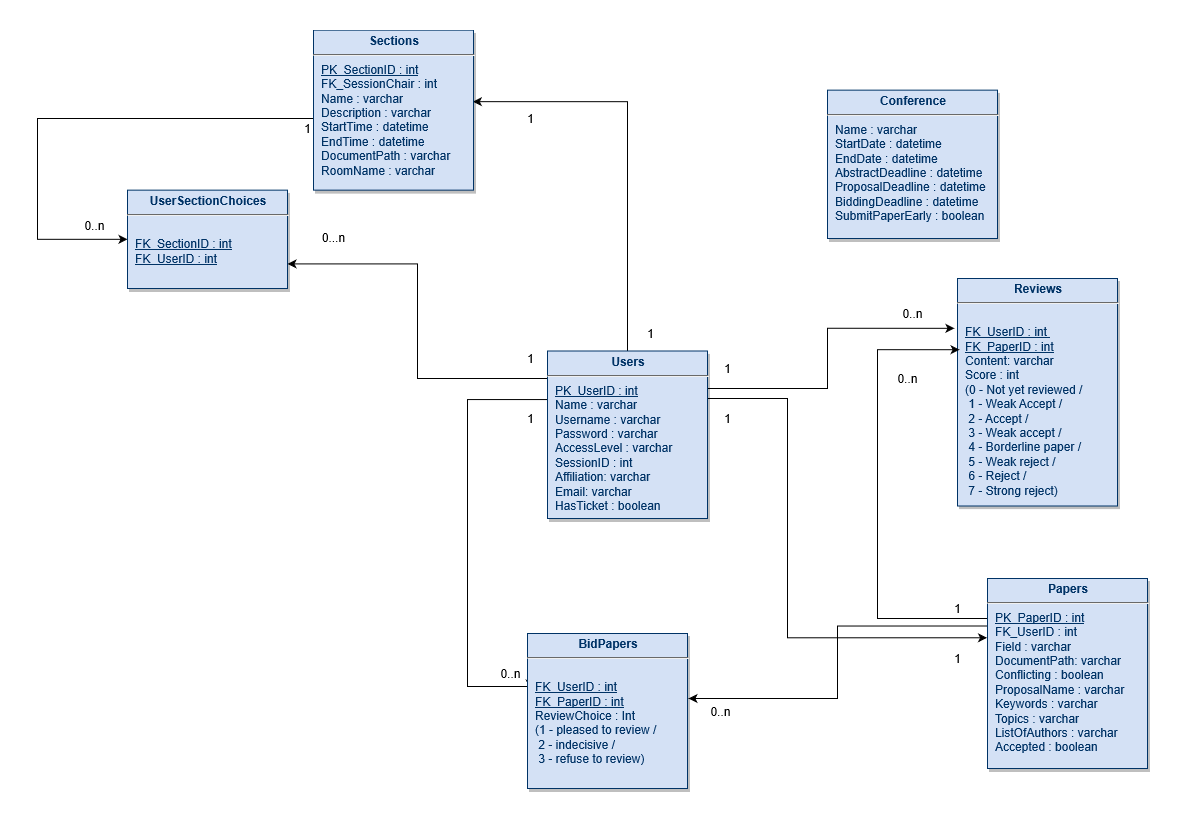
Earlier version of the draw.io export documents/images/Database Diagram.png (horatiu-udrea/RuntimeTerror). Source tidied: cells renumbered, new cells last; positions are measured from the earlier drawing's top-left corner, leaving out a move shared by most shapes.
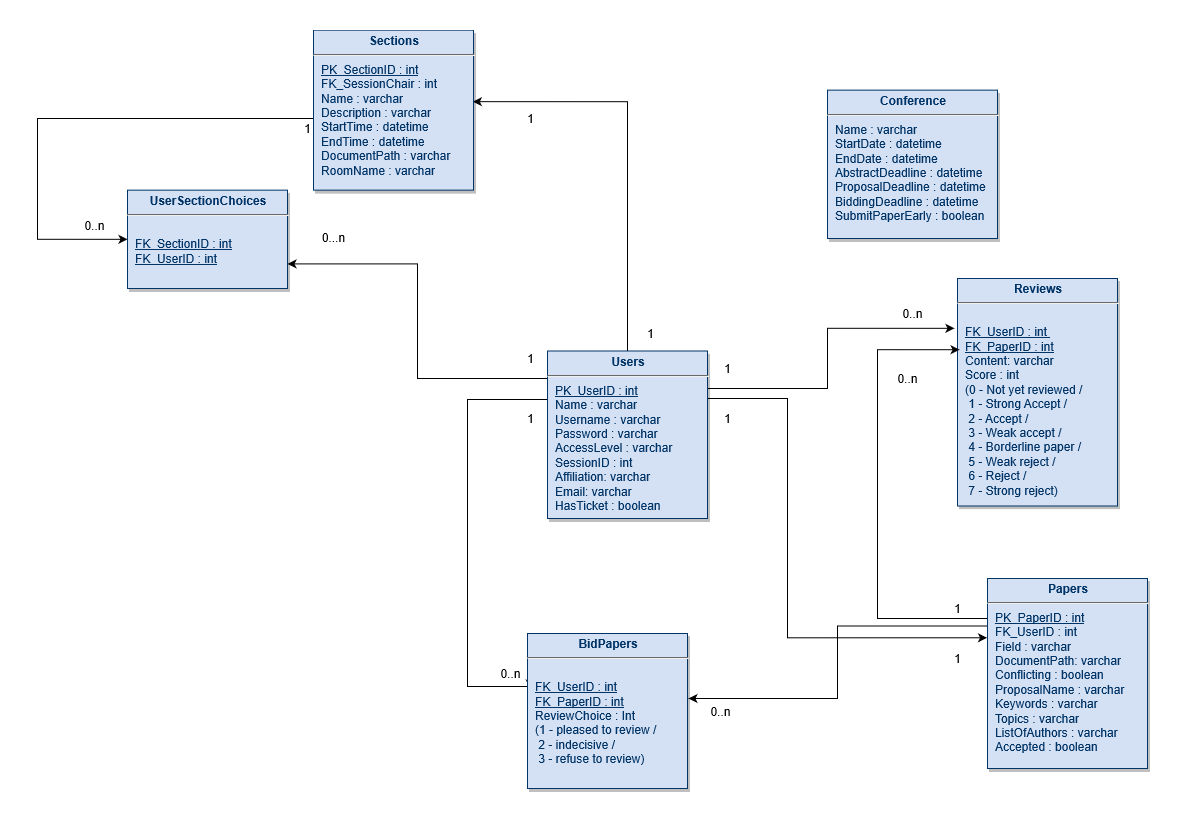
After the change.

Commit message:
Updated Database Diagram

Change to the diagram source:
```diff
@@ -51,7 +51,7 @@
     <mxCell id="8" value="&lt;p style=&quot;margin: 4px 0px 0px ; text-align: center&quot;&gt;&lt;strong&gt;Users&lt;/strong&gt;&lt;/p&gt;&lt;hr&gt;&lt;p style=&quot;margin: 0px ; margin-left: 8px&quot;&gt;&lt;u&gt;PK_UserID : int&lt;/u&gt;&lt;/p&gt;&lt;p style=&quot;margin: 0px ; margin-left: 8px&quot;&gt;Name : varchar&lt;/p&gt;&lt;p style=&quot;margin: 0px ; margin-left: 8px&quot;&gt;Username : varchar&lt;/p&gt;&lt;p style=&quot;margin: 0px ; margin-left: 8px&quot;&gt;Password : varchar&lt;/p&gt;&lt;p style=&quot;margin: 0px ; margin-left: 8px&quot;&gt;AccessLevel : varchar&lt;/p&gt;&lt;p style=&quot;margin: 0px ; margin-left: 8px&quot;&gt;SessionID : int&lt;/p&gt;&lt;p style=&quot;margin: 0px ; margin-left: 8px&quot;&gt;Affiliation: varchar&lt;/p&gt;&lt;p style=&quot;margin: 0px ; margin-left: 8px&quot;&gt;Email: varchar&lt;/p&gt;&lt;p style=&quot;margin: 0px ; margin-left: 8px&quot;&gt;HasTicket : boolean&lt;/p&gt;&lt;p style=&quot;margin: 0px ; margin-left: 8px&quot;&gt;&lt;br&gt;&lt;/p&gt;&lt;p style=&quot;margin: 0px ; margin-left: 8px&quot;&gt;&lt;br&gt;&lt;/p&gt;" style="verticalAlign=top;align=left;overflow=fill;fontSize=12;fontFamily=Helvetica;html=1;strokeColor=#003366;shadow=1;fillColor=#D4E1F5;fontColor=#003366;" parent="1" vertex="1">
       <mxGeometry x="510" y="320.5" width="160" height="167.5" as="geometry" />
     </mxCell>
-    <mxCell id="9" value="&lt;p style=&quot;margin: 4px 0px 0px ; text-align: center&quot;&gt;&lt;strong&gt;Reviews&lt;/strong&gt;&lt;strong&gt;&lt;u&gt;&lt;/u&gt;&lt;br&gt;&lt;/strong&gt;&lt;/p&gt;&lt;hr&gt;&lt;p style=&quot;margin: 0px ; margin-left: 8px&quot;&gt;&lt;br&gt;&lt;/p&gt;&lt;p style=&quot;margin: 0px ; margin-left: 8px&quot;&gt;&lt;u&gt;FK_UserID : int&amp;nbsp;&lt;/u&gt;&lt;/p&gt;&lt;p style=&quot;margin: 0px ; margin-left: 8px&quot;&gt;&lt;u&gt;FK_PaperID : int&lt;/u&gt;&lt;/p&gt;&lt;p style=&quot;margin: 0px ; margin-left: 8px&quot;&gt;Content: varchar&lt;/p&gt;&lt;p style=&quot;margin: 0px ; margin-left: 8px&quot;&gt;Score : int&lt;/p&gt;&lt;p style=&quot;margin: 0px 0px 0px 8px ; text-align: left ; text-transform: none ; text-indent: 0px ; letter-spacing: normal ; font-family: &amp;#34;helvetica&amp;#34; ; font-size: 12px ; font-style: normal ; font-variant: normal ; font-weight: 400 ; text-decoration: none ; word-spacing: 0px&quot;&gt;(0 - Not yet reviewed /&lt;/p&gt;&lt;p style=&quot;margin: 0px 0px 0px 8px ; text-align: left ; text-transform: none ; text-indent: 0px ; letter-spacing: normal ; font-family: &amp;#34;helvetica&amp;#34; ; font-size: 12px ; font-style: normal ; font-variant: normal ; font-weight: 400 ; text-decoration: none ; word-spacing: 0px&quot;&gt;&amp;nbsp;1 - Weak Accept /&lt;/p&gt;&lt;p style=&quot;margin: 0px 0px 0px 8px ; text-align: left ; text-transform: none ; text-indent: 0px ; letter-spacing: normal ; font-family: &amp;#34;helvetica&amp;#34; ; font-size: 12px ; font-style: normal ; font-variant: normal ; font-weight: 400 ; text-decoration: none ; word-spacing: 0px&quot;&gt;&amp;nbsp;2 - Accept /&lt;/p&gt;&lt;p style=&quot;margin: 0px 0px 0px 8px ; text-align: left ; text-transform: none ; text-indent: 0px ; letter-spacing: normal ; font-family: &amp;#34;helvetica&amp;#34; ; font-size: 12px ; font-style: normal ; font-variant: normal ; font-weight: 400 ; text-decoration: none ; word-spacing: 0px&quot;&gt;&amp;nbsp;3 - Weak accept /&lt;/p&gt;&lt;p style=&quot;margin: 0px 0px 0px 8px ; text-align: left ; text-transform: none ; text-indent: 0px ; letter-spacing: normal ; font-family: &amp;#34;helvetica&amp;#34; ; font-size: 12px ; font-style: normal ; font-variant: normal ; font-weight: 400 ; text-decoration: none ; word-spacing: 0px&quot;&gt;&amp;nbsp;4 - Borderline paper /&lt;/p&gt;&lt;p style=&quot;margin: 0px 0px 0px 8px ; text-align: left ; text-transform: none ; text-indent: 0px ; letter-spacing: normal ; font-family: &amp;#34;helvetica&amp;#34; ; font-size: 12px ; font-style: normal ; font-variant: normal ; font-weight: 400 ; text-decoration: none ; word-spacing: 0px&quot;&gt;&amp;nbsp;5 - Weak reject /&lt;/p&gt;&lt;p style=&quot;margin: 0px 0px 0px 8px ; text-align: left ; text-transform: none ; text-indent: 0px ; letter-spacing: normal ; font-family: &amp;#34;helvetica&amp;#34; ; font-size: 12px ; font-style: normal ; font-variant: normal ; font-weight: 400 ; text-decoration: none ; word-spacing: 0px&quot;&gt;&amp;nbsp;6 - Reject /&lt;/p&gt;&lt;p style=&quot;margin: 0px 0px 0px 8px ; text-align: left ; text-transform: none ; text-indent: 0px ; letter-spacing: normal ; font-family: &amp;#34;helvetica&amp;#34; ; font-size: 12px ; font-style: normal ; font-variant: normal ; font-weight: 400 ; text-decoration: none ; word-spacing: 0px&quot;&gt;&amp;nbsp;7 - Strong reject)&lt;/p&gt;&lt;p style=&quot;margin: 0px ; margin-left: 8px&quot;&gt;&lt;b&gt;&lt;/b&gt;&lt;i&gt;&lt;/i&gt;&lt;u&gt;&lt;/u&gt;&lt;sub&gt;&lt;/sub&gt;&lt;sup&gt;&lt;/sup&gt;&lt;strike&gt;&lt;/strike&gt;&lt;br&gt;&lt;/p&gt;" style="verticalAlign=top;align=left;overflow=fill;fontSize=12;fontFamily=Helvetica;html=1;strokeColor=#003366;shadow=1;fillColor=#D4E1F5;fontColor=#003366;" parent="1" vertex="1">
+    <mxCell id="9" value="&lt;p style=&quot;margin: 4px 0px 0px ; text-align: center&quot;&gt;&lt;strong&gt;Reviews&lt;/strong&gt;&lt;strong&gt;&lt;u&gt;&lt;/u&gt;&lt;br&gt;&lt;/strong&gt;&lt;/p&gt;&lt;hr&gt;&lt;p style=&quot;margin: 0px ; margin-left: 8px&quot;&gt;&lt;br&gt;&lt;/p&gt;&lt;p style=&quot;margin: 0px ; margin-left: 8px&quot;&gt;&lt;u&gt;FK_UserID : int&amp;nbsp;&lt;/u&gt;&lt;/p&gt;&lt;p style=&quot;margin: 0px ; margin-left: 8px&quot;&gt;&lt;u&gt;FK_PaperID : int&lt;/u&gt;&lt;/p&gt;&lt;p style=&quot;margin: 0px ; margin-left: 8px&quot;&gt;Content: varchar&lt;/p&gt;&lt;p style=&quot;margin: 0px ; margin-left: 8px&quot;&gt;Score : int&lt;/p&gt;&lt;p style=&quot;margin: 0px 0px 0px 8px ; text-align: left ; text-transform: none ; text-indent: 0px ; letter-spacing: normal ; font-family: &amp;#34;helvetica&amp;#34; ; font-size: 12px ; font-style: normal ; font-variant: normal ; font-weight: 400 ; text-decoration: none ; word-spacing: 0px&quot;&gt;(0 - Not yet reviewed /&lt;/p&gt;&lt;p style=&quot;margin: 0px 0px 0px 8px ; text-align: left ; text-transform: none ; text-indent: 0px ; letter-spacing: normal ; font-family: &amp;#34;helvetica&amp;#34; ; font-size: 12px ; font-style: normal ; font-variant: normal ; font-weight: 400 ; text-decoration: none ; word-spacing: 0px&quot;&gt;&amp;nbsp;1 - Strong Accept /&lt;/p&gt;&lt;p style=&quot;margin: 0px 0px 0px 8px ; text-align: left ; text-transform: none ; text-indent: 0px ; letter-spacing: normal ; font-family: &amp;#34;helvetica&amp;#34; ; font-size: 12px ; font-style: normal ; font-variant: normal ; font-weight: 400 ; text-decoration: none ; word-spacing: 0px&quot;&gt;&amp;nbsp;2 - Accept /&lt;/p&gt;&lt;p style=&quot;margin: 0px 0px 0px 8px ; text-align: left ; text-transform: none ; text-indent: 0px ; letter-spacing: normal ; font-family: &amp;#34;helvetica&amp;#34; ; font-size: 12px ; font-style: normal ; font-variant: normal ; font-weight: 400 ; text-decoration: none ; word-spacing: 0px&quot;&gt;&amp;nbsp;3 - Weak accept /&lt;/p&gt;&lt;p style=&quot;margin: 0px 0px 0px 8px ; text-align: left ; text-transform: none ; text-indent: 0px ; letter-spacing: normal ; font-family: &amp;#34;helvetica&amp;#34; ; font-size: 12px ; font-style: normal ; font-variant: normal ; font-weight: 400 ; text-decoration: none ; word-spacing: 0px&quot;&gt;&amp;nbsp;4 - Borderline paper /&lt;/p&gt;&lt;p style=&quot;margin: 0px 0px 0px 8px ; text-align: left ; text-transform: none ; text-indent: 0px ; letter-spacing: normal ; font-family: &amp;#34;helvetica&amp;#34; ; font-size: 12px ; font-style: normal ; font-variant: normal ; font-weight: 400 ; text-decoration: none ; word-spacing: 0px&quot;&gt;&amp;nbsp;5 - Weak reject /&lt;/p&gt;&lt;p style=&quot;margin: 0px 0px 0px 8px ; text-align: left ; text-transform: none ; text-indent: 0px ; letter-spacing: normal ; font-family: &amp;#34;helvetica&amp;#34; ; font-size: 12px ; font-style: normal ; font-variant: normal ; font-weight: 400 ; text-decoration: none ; word-spacing: 0px&quot;&gt;&amp;nbsp;6 - Reject /&lt;/p&gt;&lt;p style=&quot;margin: 0px 0px 0px 8px ; text-align: left ; text-transform: none ; text-indent: 0px ; letter-spacing: normal ; font-family: &amp;#34;helvetica&amp;#34; ; font-size: 12px ; font-style: normal ; font-variant: normal ; font-weight: 400 ; text-decoration: none ; word-spacing: 0px&quot;&gt;&amp;nbsp;7 - Strong reject)&lt;/p&gt;&lt;p style=&quot;margin: 0px ; margin-left: 8px&quot;&gt;&lt;b&gt;&lt;/b&gt;&lt;i&gt;&lt;/i&gt;&lt;u&gt;&lt;/u&gt;&lt;sub&gt;&lt;/sub&gt;&lt;sup&gt;&lt;/sup&gt;&lt;strike&gt;&lt;/strike&gt;&lt;br&gt;&lt;/p&gt;" style="verticalAlign=top;align=left;overflow=fill;fontSize=12;fontFamily=Helvetica;html=1;strokeColor=#003366;shadow=1;fillColor=#D4E1F5;fontColor=#003366;" parent="1" vertex="1">
       <mxGeometry x="920" y="248" width="160" height="227.5" as="geometry" />
     </mxCell>
     <mxCell id="10" value="&lt;p style=&quot;margin: 4px 0px 0px ; text-align: center&quot;&gt;&lt;strong&gt;BidPapers&lt;/strong&gt;&lt;strong&gt;&lt;u&gt;&lt;/u&gt;&lt;br&gt;&lt;/strong&gt;&lt;/p&gt;&lt;hr&gt;&lt;p style=&quot;margin: 0px ; margin-left: 8px&quot;&gt;&lt;br&gt;&lt;/p&gt;&lt;p style=&quot;margin: 0px ; margin-left: 8px&quot;&gt;&lt;u&gt;FK_UserID : int&lt;/u&gt;&lt;/p&gt;&lt;p style=&quot;margin: 0px ; margin-left: 8px&quot;&gt;&lt;u&gt;FK_PaperID : int&lt;/u&gt;&lt;/p&gt;&lt;p style=&quot;margin: 0px ; margin-left: 8px&quot;&gt;ReviewChoice : Int&amp;nbsp;&lt;/p&gt;&lt;p style=&quot;margin: 0px ; margin-left: 8px&quot;&gt;(1 - pleased to review /&lt;/p&gt;&lt;p style=&quot;margin: 0px ; margin-left: 8px&quot;&gt;&amp;nbsp;2 - indecisive /&lt;/p&gt;&lt;p style=&quot;margin: 0px ; margin-left: 8px&quot;&gt;&amp;nbsp;3 - refuse to review)&lt;br&gt;&lt;/p&gt;" style="verticalAlign=top;align=left;overflow=fill;fontSize=12;fontFamily=Helvetica;html=1;strokeColor=#003366;shadow=1;fillColor=#D4E1F5;fontColor=#003366;" parent="1" vertex="1">
```
